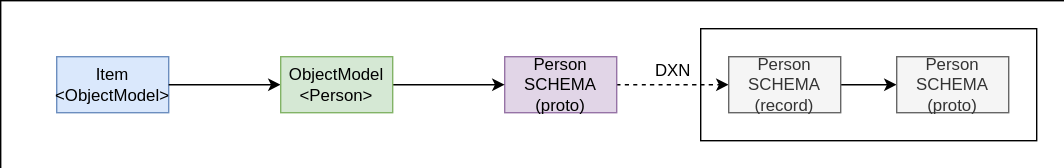
Above: docs/design/diagrams/echo-schema.drawio.svg in dxos/dxos (draw.io), before the change. Source tidied: cells renumbered, new cells last; positions are measured from the earlier drawing's top-left corner, leaving out a move shared by most shapes. Its diagram source:
```xml
<mxGraphModel>
  <root>
    <mxCell id="0" />
    <mxCell id="1" parent="0" />
    <mxCell id="2" style="whiteSpace=wrap;html=1;strokeWidth=0;dashed=1;fillColor=none;" parent="1" vertex="1">
      <mxGeometry width="760" height="120" as="geometry" />
    </mxCell>
    <mxCell id="3" style="whiteSpace=wrap;html=1;strokeWidth=0;dashed=1;" parent="1" vertex="1">
      <mxGeometry x="500" y="20" width="240" height="80" as="geometry" />
    </mxCell>
    <mxCell id="4" style="edgeStyle=none;html=1;exitX=1;exitY=0.5;exitDx=0;exitDy=0;dashed=1;curved=1;" parent="1" edge="1" source="5" target="7">
      <mxGeometry relative="1" as="geometry" />
    </mxCell>
    <mxCell id="5" value="Person&lt;br&gt;SCHEMA&lt;br&gt;(proto)" style="rounded=0;whiteSpace=wrap;html=1;fillColor=#e1d5e7;strokeColor=#9673a6;" parent="1" vertex="1">
      <mxGeometry x="360" y="40" width="80" height="40" as="geometry" />
    </mxCell>
    <mxCell id="6" style="edgeStyle=none;html=1;exitX=1;exitY=0.5;exitDx=0;exitDy=0;entryX=0;entryY=0.5;entryDx=0;entryDy=0;curved=1;" parent="1" edge="1" source="7" target="14">
      <mxGeometry relative="1" as="geometry" />
    </mxCell>
    <mxCell id="7" value="Person&lt;br&gt;SCHEMA&lt;br&gt;(record)" style="rounded=0;whiteSpace=wrap;html=1;fillColor=#f5f5f5;strokeColor=#666666;fontColor=#333333;" parent="1" vertex="1">
      <mxGeometry x="520" y="40" width="80" height="40" as="geometry" />
    </mxCell>
    <mxCell id="8" style="edgeStyle=none;html=1;exitX=1;exitY=0.5;exitDx=0;exitDy=0;curved=1;" parent="1" edge="1" target="12">
      <mxGeometry relative="1" as="geometry" />
    </mxCell>
    <mxCell id="9" value="Item&lt;br&gt;&amp;lt;ObjectModel&amp;gt;" style="rounded=0;whiteSpace=wrap;html=1;fillColor=#dae8fc;strokeColor=#6c8ebf;" parent="1" vertex="1">
      <mxGeometry x="40" y="40" width="80" height="40" as="geometry" />
    </mxCell>
    <mxCell id="10" style="edgeStyle=none;html=1;exitX=1;exitY=0.5;exitDx=0;exitDy=0;entryX=0;entryY=0.5;entryDx=0;entryDy=0;curved=1;" parent="1" edge="1" source="12" target="5">
      <mxGeometry relative="1" as="geometry" />
    </mxCell>
    <mxCell id="11" style="edgeStyle=none;html=1;entryX=0;entryY=0.5;entryDx=0;entryDy=0;exitX=1;exitY=0.5;exitDx=0;exitDy=0;curved=1;" parent="1" edge="1" source="9" target="12">
      <mxGeometry relative="1" as="geometry" />
    </mxCell>
    <mxCell id="12" value="ObjectModel&lt;br&gt;&amp;lt;Person&amp;gt;" style="rounded=0;whiteSpace=wrap;html=1;fillColor=#d5e8d4;strokeColor=#82b366;" parent="1" vertex="1">
      <mxGeometry x="200" y="40" width="80" height="40" as="geometry" />
    </mxCell>
    <mxCell id="13" value="DXN" style="text;html=1;align=center;verticalAlign=middle;fillColor=none;strokeColor=none;rounded=0;" parent="1" vertex="1">
      <mxGeometry x="460" y="40" width="40" height="20" as="geometry" />
    </mxCell>
    <mxCell id="14" value="Person&lt;br&gt;SCHEMA&lt;br&gt;(proto)" style="rounded=0;whiteSpace=wrap;html=1;fillColor=#f5f5f5;strokeColor=#666666;fontColor=#333333;" parent="1" vertex="1">
      <mxGeometry x="640" y="40" width="80" height="40" as="geometry" />
    </mxCell>
  </root>
</mxGraphModel>
```
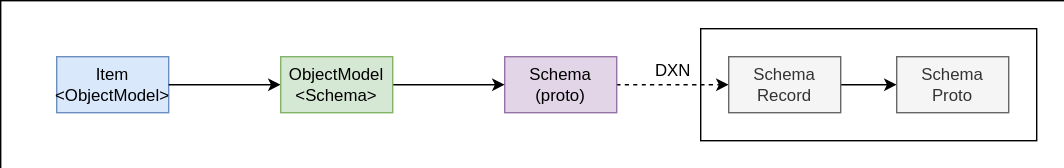
After the commit.

The edit, as a diff of the source:
```diff
@@ -11,13 +11,13 @@
     <mxCell id="4" style="edgeStyle=none;html=1;exitX=1;exitY=0.5;exitDx=0;exitDy=0;dashed=1;curved=1;" parent="1" edge="1" source="5" target="7">
       <mxGeometry relative="1" as="geometry" />
     </mxCell>
-    <mxCell id="5" value="Person&lt;br&gt;SCHEMA&lt;br&gt;(proto)" style="rounded=0;whiteSpace=wrap;html=1;fillColor=#e1d5e7;strokeColor=#9673a6;" parent="1" vertex="1">
+    <mxCell id="5" value="Schema&lt;br&gt;(proto)" style="rounded=0;whiteSpace=wrap;html=1;fillColor=#e1d5e7;strokeColor=#9673a6;" parent="1" vertex="1">
       <mxGeometry x="360" y="40" width="80" height="40" as="geometry" />
     </mxCell>
     <mxCell id="6" style="edgeStyle=none;html=1;exitX=1;exitY=0.5;exitDx=0;exitDy=0;entryX=0;entryY=0.5;entryDx=0;entryDy=0;curved=1;" parent="1" edge="1" source="7" target="14">
       <mxGeometry relative="1" as="geometry" />
     </mxCell>
-    <mxCell id="7" value="Person&lt;br&gt;SCHEMA&lt;br&gt;(record)" style="rounded=0;whiteSpace=wrap;html=1;fillColor=#f5f5f5;strokeColor=#666666;fontColor=#333333;" parent="1" vertex="1">
+    <mxCell id="7" value="Schema&lt;br&gt;Record" style="rounded=0;whiteSpace=wrap;html=1;fillColor=#f5f5f5;strokeColor=#666666;fontColor=#333333;" parent="1" vertex="1">
       <mxGeometry x="520" y="40" width="80" height="40" as="geometry" />
     </mxCell>
     <mxCell id="8" style="edgeStyle=none;html=1;exitX=1;exitY=0.5;exitDx=0;exitDy=0;curved=1;" parent="1" edge="1" target="12">
@@ -32,13 +32,13 @@
     <mxCell id="11" style="edgeStyle=none;html=1;entryX=0;entryY=0.5;entryDx=0;entryDy=0;exitX=1;exitY=0.5;exitDx=0;exitDy=0;curved=1;" parent="1" edge="1" source="9" target="12">
       <mxGeometry relative="1" as="geometry" />
     </mxCell>
-    <mxCell id="12" value="ObjectModel&lt;br&gt;&amp;lt;Person&amp;gt;" style="rounded=0;whiteSpace=wrap;html=1;fillColor=#d5e8d4;strokeColor=#82b366;" parent="1" vertex="1">
+    <mxCell id="12" value="ObjectModel&lt;br&gt;&amp;lt;Schema&amp;gt;" style="rounded=0;whiteSpace=wrap;html=1;fillColor=#d5e8d4;strokeColor=#82b366;" parent="1" vertex="1">
       <mxGeometry x="200" y="40" width="80" height="40" as="geometry" />
     </mxCell>
     <mxCell id="13" value="DXN" style="text;html=1;align=center;verticalAlign=middle;fillColor=none;strokeColor=none;rounded=0;" parent="1" vertex="1">
       <mxGeometry x="460" y="40" width="40" height="20" as="geometry" />
     </mxCell>
-    <mxCell id="14" value="Person&lt;br&gt;SCHEMA&lt;br&gt;(proto)" style="rounded=0;whiteSpace=wrap;html=1;fillColor=#f5f5f5;strokeColor=#666666;fontColor=#333333;" parent="1" vertex="1">
+    <mxCell id="14" value="Schema&lt;br&gt;Proto" style="rounded=0;whiteSpace=wrap;html=1;fillColor=#f5f5f5;strokeColor=#666666;fontColor=#333333;" parent="1" vertex="1">
       <mxGeometry x="640" y="40" width="80" height="40" as="geometry" />
     </mxCell>
   </root>
```
